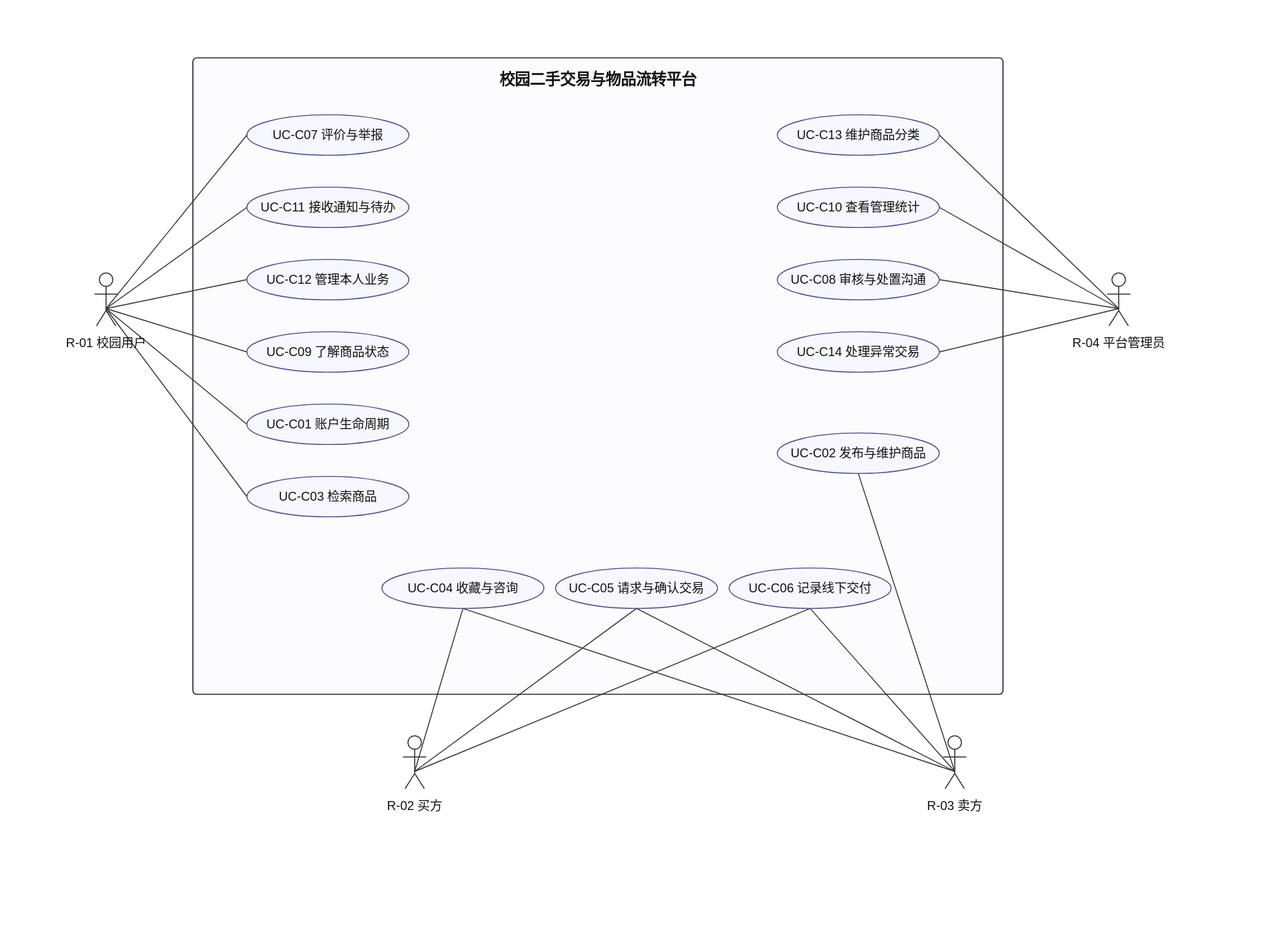
Earlier version of the PlantUML export docs/models/UC-01-系统用例图.svg (iy88/se-course-project-1). Its source is kept beside it as docs/models/UC-01-系统用例图.puml.
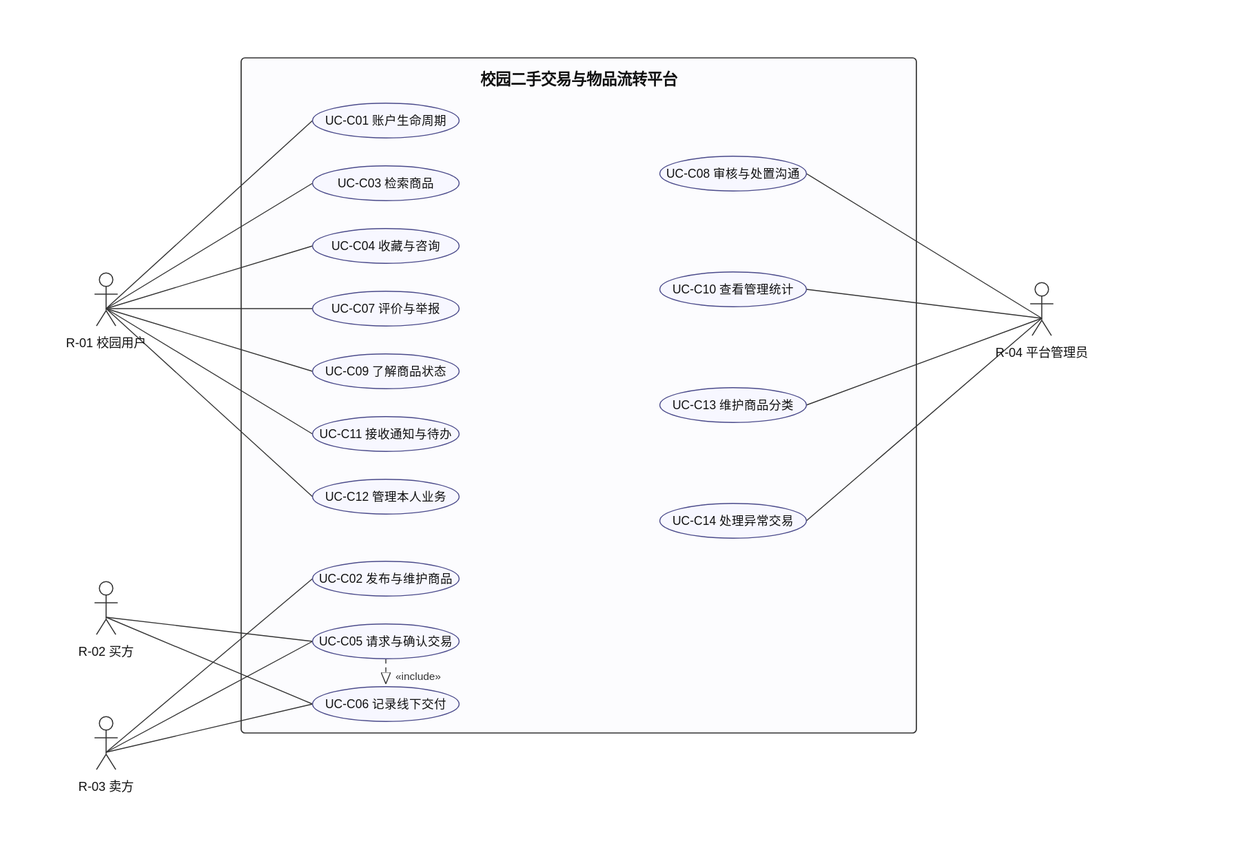
Later version of the same file.

Commit message:
docs: 按 UML 用例图惯例重绘 UC-01 并润色用户故事

What changed in the source:
```diff
@@ -15,35 +15,36 @@
 rectangle "校园二手交易与物品流转平台" {
   usecase "UC-C01 账户生命周期" as UC01
   usecase "UC-C03 检索商品" as UC03
+  usecase "UC-C04 收藏与咨询" as UC04
   usecase "UC-C07 评价与举报" as UC07
+  usecase "UC-C09 了解商品状态" as UC09
   usecase "UC-C11 接收通知与待办" as UC11
   usecase "UC-C12 管理本人业务" as UC12
-  usecase "UC-C04 收藏与咨询" as UC04
+  usecase "UC-C02 发布与维护商品" as UC02
   usecase "UC-C05 请求与确认交易" as UC05
   usecase "UC-C06 记录线下交付" as UC06
-  usecase "UC-C02 发布与维护商品" as UC02
-  usecase "UC-C09 了解商品状态" as UC09
+  usecase "UC-C08 审核与处置沟通" as UC08
+  usecase "UC-C10 查看管理统计" as UC10
   usecase "UC-C13 维护商品分类" as UC13
-  usecase "UC-C10 查看管理统计" as UC10
-  usecase "UC-C08 审核与处置沟通" as UC08
   usecase "UC-C14 处理异常交易" as UC14
 }
 
 A1 -- UC01
 A1 -- UC03
+A1 -- UC04
 A1 -- UC07
+A1 -- UC09
 A1 -- UC11
 A1 -- UC12
-A1 -- UC09
-A2 -- UC04
 A2 -- UC05
 A2 -- UC06
-A3 -- UC04
+A3 -- UC02
 A3 -- UC05
 A3 -- UC06
-A3 -- UC02
+A4 -- UC08
+A4 -- UC10
 A4 -- UC13
-A4 -- UC10
-A4 -- UC08
 A4 -- UC14
+
+UC05 ..> UC06 : <<include>>
 @enduml
```
